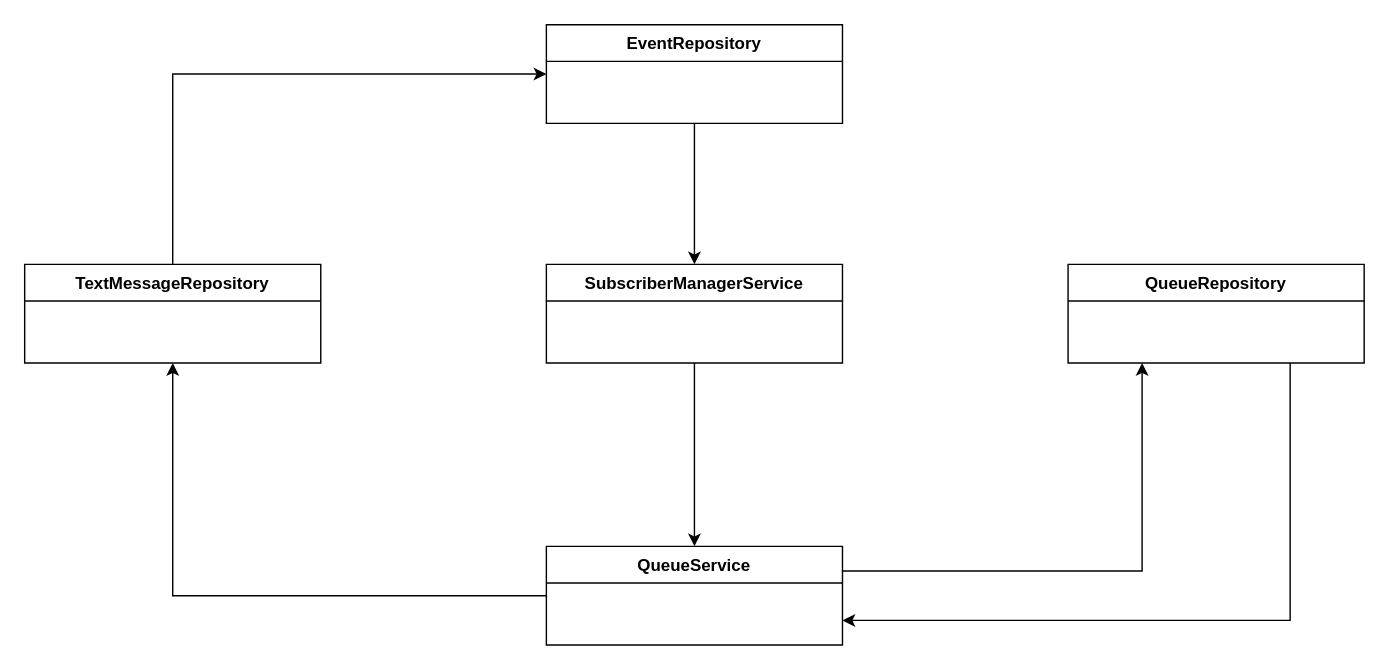
This is page "Service Arch" (2 of 2) of docs/Model.drawio from vinicreis/pub-sub-kotlin, a draw.io file, before an edit. Source tidied: cells renumbered, new cells numbered last; positions are measured from the earlier drawing's top-left corner, leaving out a move shared by most shapes. Both pictures are drawn from the tidied source at 141%, with x=0, y=0 at pixel (24, 24).
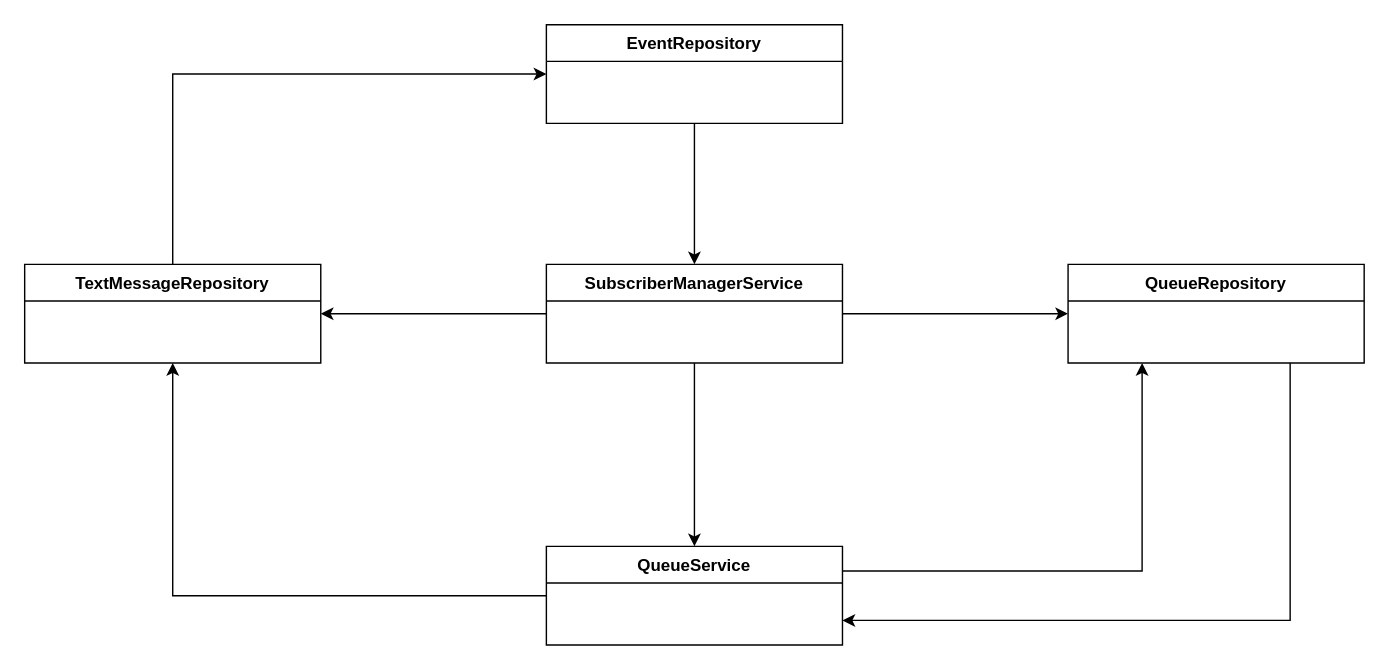
After the change.

Change to the diagram source:
```diff
@@
 <mxGraphModel>
   <root>
     <mxCell id="0" />
     <mxCell id="1" parent="0" />
     <mxCell id="2" style="edgeStyle=orthogonalEdgeStyle;rounded=0;jettySize=auto;html=1;exitX=0;exitY=0.5;exitDx=0;exitDy=0;entryX=0.5;entryY=1;entryDx=0;entryDy=0;" parent="1" edge="1" source="4" target="10">
       <mxGeometry relative="1" as="geometry" />
     </mxCell>
     <mxCell id="3" style="edgeStyle=orthogonalEdgeStyle;rounded=0;jettySize=auto;html=1;exitX=1;exitY=0.25;exitDx=0;exitDy=0;entryX=0.25;entryY=1;entryDx=0;entryDy=0;" parent="1" edge="1" source="4" target="8">
       <mxGeometry relative="1" as="geometry" />
     </mxCell>
     <mxCell id="4" value="QueueService" style="swimlane;fontStyle=1;align=center;verticalAlign=top;horizontal=1;startSize=26;whiteSpace=wrap;html=1;" parent="1" vertex="1" collapsed="1">
       <mxGeometry x="370" y="370" width="210" height="70" as="geometry" />
     </mxCell>
     <mxCell id="5" style="edgeStyle=orthogonalEdgeStyle;rounded=0;jettySize=auto;html=1;exitX=0.5;exitY=1;exitDx=0;exitDy=0;entryX=0.5;entryY=0;entryDx=0;entryDy=0;" parent="1" edge="1" source="6" target="4">
       <mxGeometry relative="1" as="geometry" />
     </mxCell>
+    <mxCell id="13" style="edgeStyle=orthogonalEdgeStyle;rounded=0;jettySize=auto;html=1;entryX=1;entryY=0.5;entryDx=0;entryDy=0;" parent="1" edge="1" source="6" target="10">
+      <mxGeometry relative="1" as="geometry" />
+    </mxCell>
+    <mxCell id="14" style="edgeStyle=orthogonalEdgeStyle;rounded=0;jettySize=auto;html=1;exitX=1;exitY=0.5;exitDx=0;exitDy=0;entryX=0;entryY=0.5;entryDx=0;entryDy=0;" parent="1" edge="1" source="6" target="8">
+      <mxGeometry relative="1" as="geometry" />
+    </mxCell>
     <mxCell id="6" value="&lt;div&gt;SubscriberManagerService&lt;/div&gt;" style="swimlane;fontStyle=1;align=center;verticalAlign=top;horizontal=1;startSize=26;whiteSpace=wrap;html=1;" parent="1" vertex="1" collapsed="1">
       <mxGeometry x="370" y="170" width="210" height="70" as="geometry" />
     </mxCell>
     <mxCell id="7" style="edgeStyle=orthogonalEdgeStyle;rounded=0;jettySize=auto;html=1;exitX=0.75;exitY=1;exitDx=0;exitDy=0;entryX=1;entryY=0.75;entryDx=0;entryDy=0;" parent="1" edge="1" source="8" target="4">
       <mxGeometry relative="1" as="geometry" />
     </mxCell>
     <mxCell id="8" value="QueueRepository&lt;div&gt;&lt;br&gt;&lt;/div&gt;" style="swimlane;fontStyle=1;align=center;verticalAlign=top;horizontal=1;startSize=26;whiteSpace=wrap;html=1;" parent="1" vertex="1" collapsed="1">
       <mxGeometry x="740" y="170" width="210" height="70" as="geometry" />
     </mxCell>
     <mxCell id="9" style="edgeStyle=orthogonalEdgeStyle;rounded=0;jettySize=auto;html=1;entryX=0;entryY=0.5;entryDx=0;entryDy=0;exitX=0.5;exitY=0;exitDx=0;exitDy=0;" parent="1" edge="1" source="10" target="12">
       <mxGeometry relative="1" as="geometry" />
     </mxCell>
     <mxCell id="10" value="TextMessageRepository&lt;div&gt;&lt;br&gt;&lt;/div&gt;" style="swimlane;fontStyle=1;align=center;verticalAlign=top;horizontal=1;startSize=26;whiteSpace=wrap;html=1;" parent="1" vertex="1" collapsed="1">
       <mxGeometry y="170" width="210" height="70" as="geometry" />
     </mxCell>
     <mxCell id="11" style="edgeStyle=orthogonalEdgeStyle;rounded=0;jettySize=auto;html=1;exitX=0.5;exitY=1;exitDx=0;exitDy=0;" parent="1" edge="1" source="12" target="6">
       <mxGeometry relative="1" as="geometry" />
     </mxCell>
     <mxCell id="12" value="EventRepository" style="swimlane;fontStyle=1;align=center;verticalAlign=top;horizontal=1;startSize=26;whiteSpace=wrap;html=1;" parent="1" vertex="1" collapsed="1">
       <mxGeometry x="370" width="210" height="70" as="geometry" />
     </mxCell>
   </root>
 </mxGraphModel>
```
